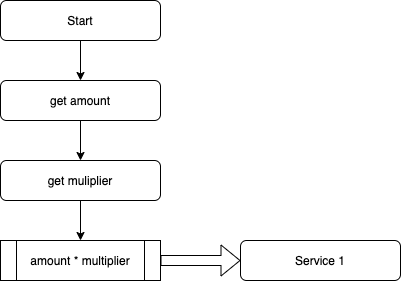
The draw.io diagram README_rss/service-4-flow.png in stevenj2019/QA_DevOps_Project, before a commit. Source tidied: cells renumbered, new cells last; positions are measured from the earlier drawing's top-left corner, leaving out a move shared by most shapes.
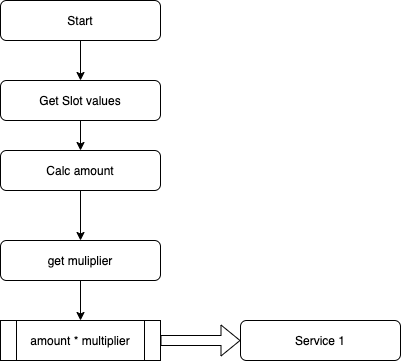
Above is the later version.

The edit, as a diff of the source:
```diff
@@ -3,13 +3,13 @@
     <mxCell id="0" />
     <mxCell id="1" parent="0" />
     <mxCell id="2" value="Start" style="rounded=1;whiteSpace=wrap;html=1;" parent="1" vertex="1">
-      <mxGeometry width="160" height="40" as="geometry" />
+      <mxGeometry y="-80" width="160" height="40" as="geometry" />
     </mxCell>
     <mxCell id="3" value="amount * multiplier" style="shape=process;whiteSpace=wrap;html=1;backgroundOutline=1;" parent="1" vertex="1">
       <mxGeometry y="240" width="160" height="40" as="geometry" />
     </mxCell>
-    <mxCell id="4" value="get amount" style="rounded=1;whiteSpace=wrap;html=1;" parent="1" vertex="1">
-      <mxGeometry y="80" width="160" height="40" as="geometry" />
+    <mxCell id="4" value="Calc amount" style="rounded=1;whiteSpace=wrap;html=1;" parent="1" vertex="1">
+      <mxGeometry y="70" width="160" height="40" as="geometry" />
     </mxCell>
     <mxCell id="5" value="get muliplier" style="rounded=1;whiteSpace=wrap;html=1;" parent="1" vertex="1">
       <mxGeometry y="160" width="160" height="40" as="geometry" />
@@ -20,14 +20,22 @@
     <mxCell id="7" style="shape=flexArrow;endArrow=classic;html=1;exitX=1;exitY=0.5;exitDx=0;exitDy=0;entryX=0;entryY=0.5;entryDx=0;entryDy=0;" parent="1" edge="1" source="3" target="6">
       <mxGeometry relative="1" as="geometry" />
     </mxCell>
-    <mxCell id="8" style="endArrow=classic;html=1;exitX=0.5;exitY=1;exitDx=0;exitDy=0;" parent="1" edge="1" source="2" target="4">
-      <mxGeometry relative="1" as="geometry" />
-    </mxCell>
     <mxCell id="9" style="endArrow=classic;html=1;exitX=0.5;exitY=1;exitDx=0;exitDy=0;entryX=0.5;entryY=0;entryDx=0;entryDy=0;" parent="1" edge="1" source="4" target="5">
       <mxGeometry relative="1" as="geometry" />
     </mxCell>
     <mxCell id="10" style="endArrow=classic;html=1;exitX=0.5;exitY=1;exitDx=0;exitDy=0;entryX=0.5;entryY=0;entryDx=0;entryDy=0;" parent="1" edge="1" source="5" target="3">
       <mxGeometry relative="1" as="geometry" />
     </mxCell>
+    <mxCell id="11" value="Get Slot values" style="rounded=1;whiteSpace=wrap;html=1;" parent="1" vertex="1">
+      <mxGeometry width="160" height="40" as="geometry" />
+    </mxCell>
+    <mxCell id="12" style="endArrow=classic;html=1;exitX=0.5;exitY=1;exitDx=0;exitDy=0;entryX=0.5;entryY=0;entryDx=0;entryDy=0;" parent="1" edge="1" source="2" target="11">
+      <mxGeometry relative="1" as="geometry" />
+    </mxCell>
+    <mxCell id="13" style="endArrow=classic;html=1;entryX=0.5;entryY=0;entryDx=0;entryDy=0;" parent="1" edge="1" target="4">
+      <mxGeometry relative="1" as="geometry">
+        <mxPoint x="80" y="40" as="sourcePoint" />
+      </mxGeometry>
+    </mxCell>
   </root>
 </mxGraphModel>
```
